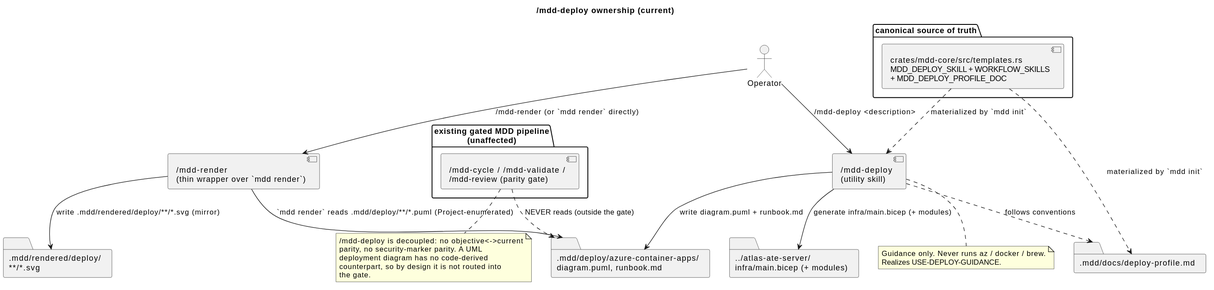
cthadeufaria/model-driven-development keeps this PlantUML diagram as .mdd/rendered/models/current/components/deploy-guidance.svg. Above is the earlier version.
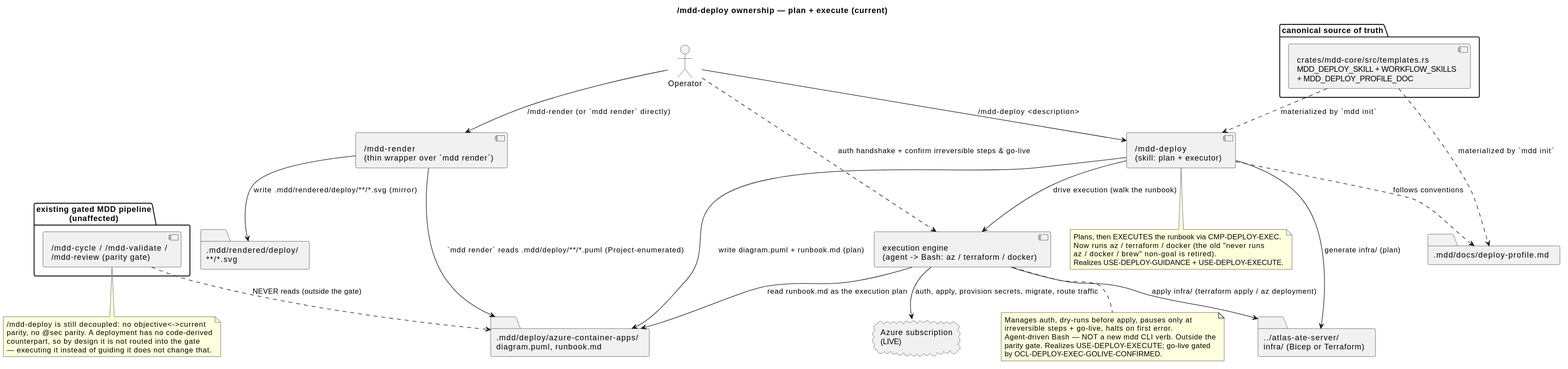
After the commit.

What changed in the source:
```diff
@@ -1,15 +1,17 @@
 @startuml
-title /mdd-deploy ownership (current)
+title /mdd-deploy ownership — plan + execute (current)
 
 actor "Operator" as Op
 
-component "/mdd-deploy\n(utility skill)" as Skill
+component "/mdd-deploy\n(skill: plan + executor)" as Skill
 component "/mdd-render\n(thin wrapper over `mdd render`)" as Render
+component "execution engine\n(agent -> Bash: az / terraform / docker)" as Exec
 
 folder ".mdd/deploy/azure-container-apps/\ndiagram.puml, runbook.md" as Store
-folder "../atlas-ate-server/\ninfra/main.bicep (+ modules)" as Target
+folder "../atlas-ate-server/\ninfra/ (Bicep or Terraform)" as Target
 folder ".mdd/rendered/deploy/\n**/*.svg" as Rendered
 folder ".mdd/docs/deploy-profile.md" as ProfileDoc
+cloud "Azure subscription\n(LIVE)" as Az
 
 package "canonical source of truth" {
   component "crates/mdd-core/src/templates.rs\nMDD_DEPLOY_SKILL + WORKFLOW_SKILLS\n+ MDD_DEPLOY_PROFILE_DOC" as Templates
@@ -22,24 +24,38 @@
 Op --> Skill : /mdd-deploy <description>
 Templates ..> Skill : materialized by `mdd init`
 Templates ..> ProfileDoc : materialized by `mdd init`
-Skill --> Store : write diagram.puml + runbook.md
-Skill --> Target : generate infra/main.bicep (+ modules)
+Skill --> Store : write diagram.puml + runbook.md (plan)
+Skill --> Target : generate infra/ (plan)
 Skill ..> ProfileDoc : follows conventions
+Skill --> Exec : drive execution (walk the runbook)
+Exec --> Store : read runbook.md as the execution plan
+Exec --> Target : apply infra/ (terraform apply / az deployment)
+Exec --> Az : auth, apply, provision secrets, migrate, route traffic
+Op ..> Exec : auth handshake + confirm irreversible steps & go-live
 Op --> Render : /mdd-render (or `mdd render` directly)
 Render --> Store : `mdd render` reads .mdd/deploy/**/*.puml (Project-enumerated)
 Render --> Rendered : write .mdd/rendered/deploy/**/*.svg (mirror)
 Gate ..> Store : NEVER reads (outside the gate)
 
 note bottom of Skill
-  Guidance only. Never runs az / docker / brew.
-  Realizes USE-DEPLOY-GUIDANCE.
+  Plans, then EXECUTES the runbook via CMP-DEPLOY-EXEC.
+  Now runs az / terraform / docker (the old "never runs
+  az / docker / brew" non-goal is retired).
+  Realizes USE-DEPLOY-GUIDANCE + USE-DEPLOY-EXECUTE.
+end note
+
+note bottom of Exec
+  Manages auth, dry-runs before apply, pauses only at
+  irreversible steps + go-live, halts on first error.
+  Agent-driven Bash — NOT a new mdd CLI verb. Outside the
+  parity gate. Realizes USE-DEPLOY-EXECUTE; go-live gated
+  by OCL-DEPLOY-EXEC-GOLIVE-CONFIRMED.
 end note
 
 note bottom of Gate
-  /mdd-deploy is decoupled: no objective<->current
-  parity, no security-marker parity. A UML
-  deployment diagram has no code-derived
-  counterpart, so by design it is not routed into
-  the gate.
+  /mdd-deploy is still decoupled: no objective<->current
+  parity, no @sec parity. A deployment has no code-derived
+  counterpart, so by design it is not routed into the gate
+  — executing it instead of guiding it does not change that.
 end note
 @enduml
```
